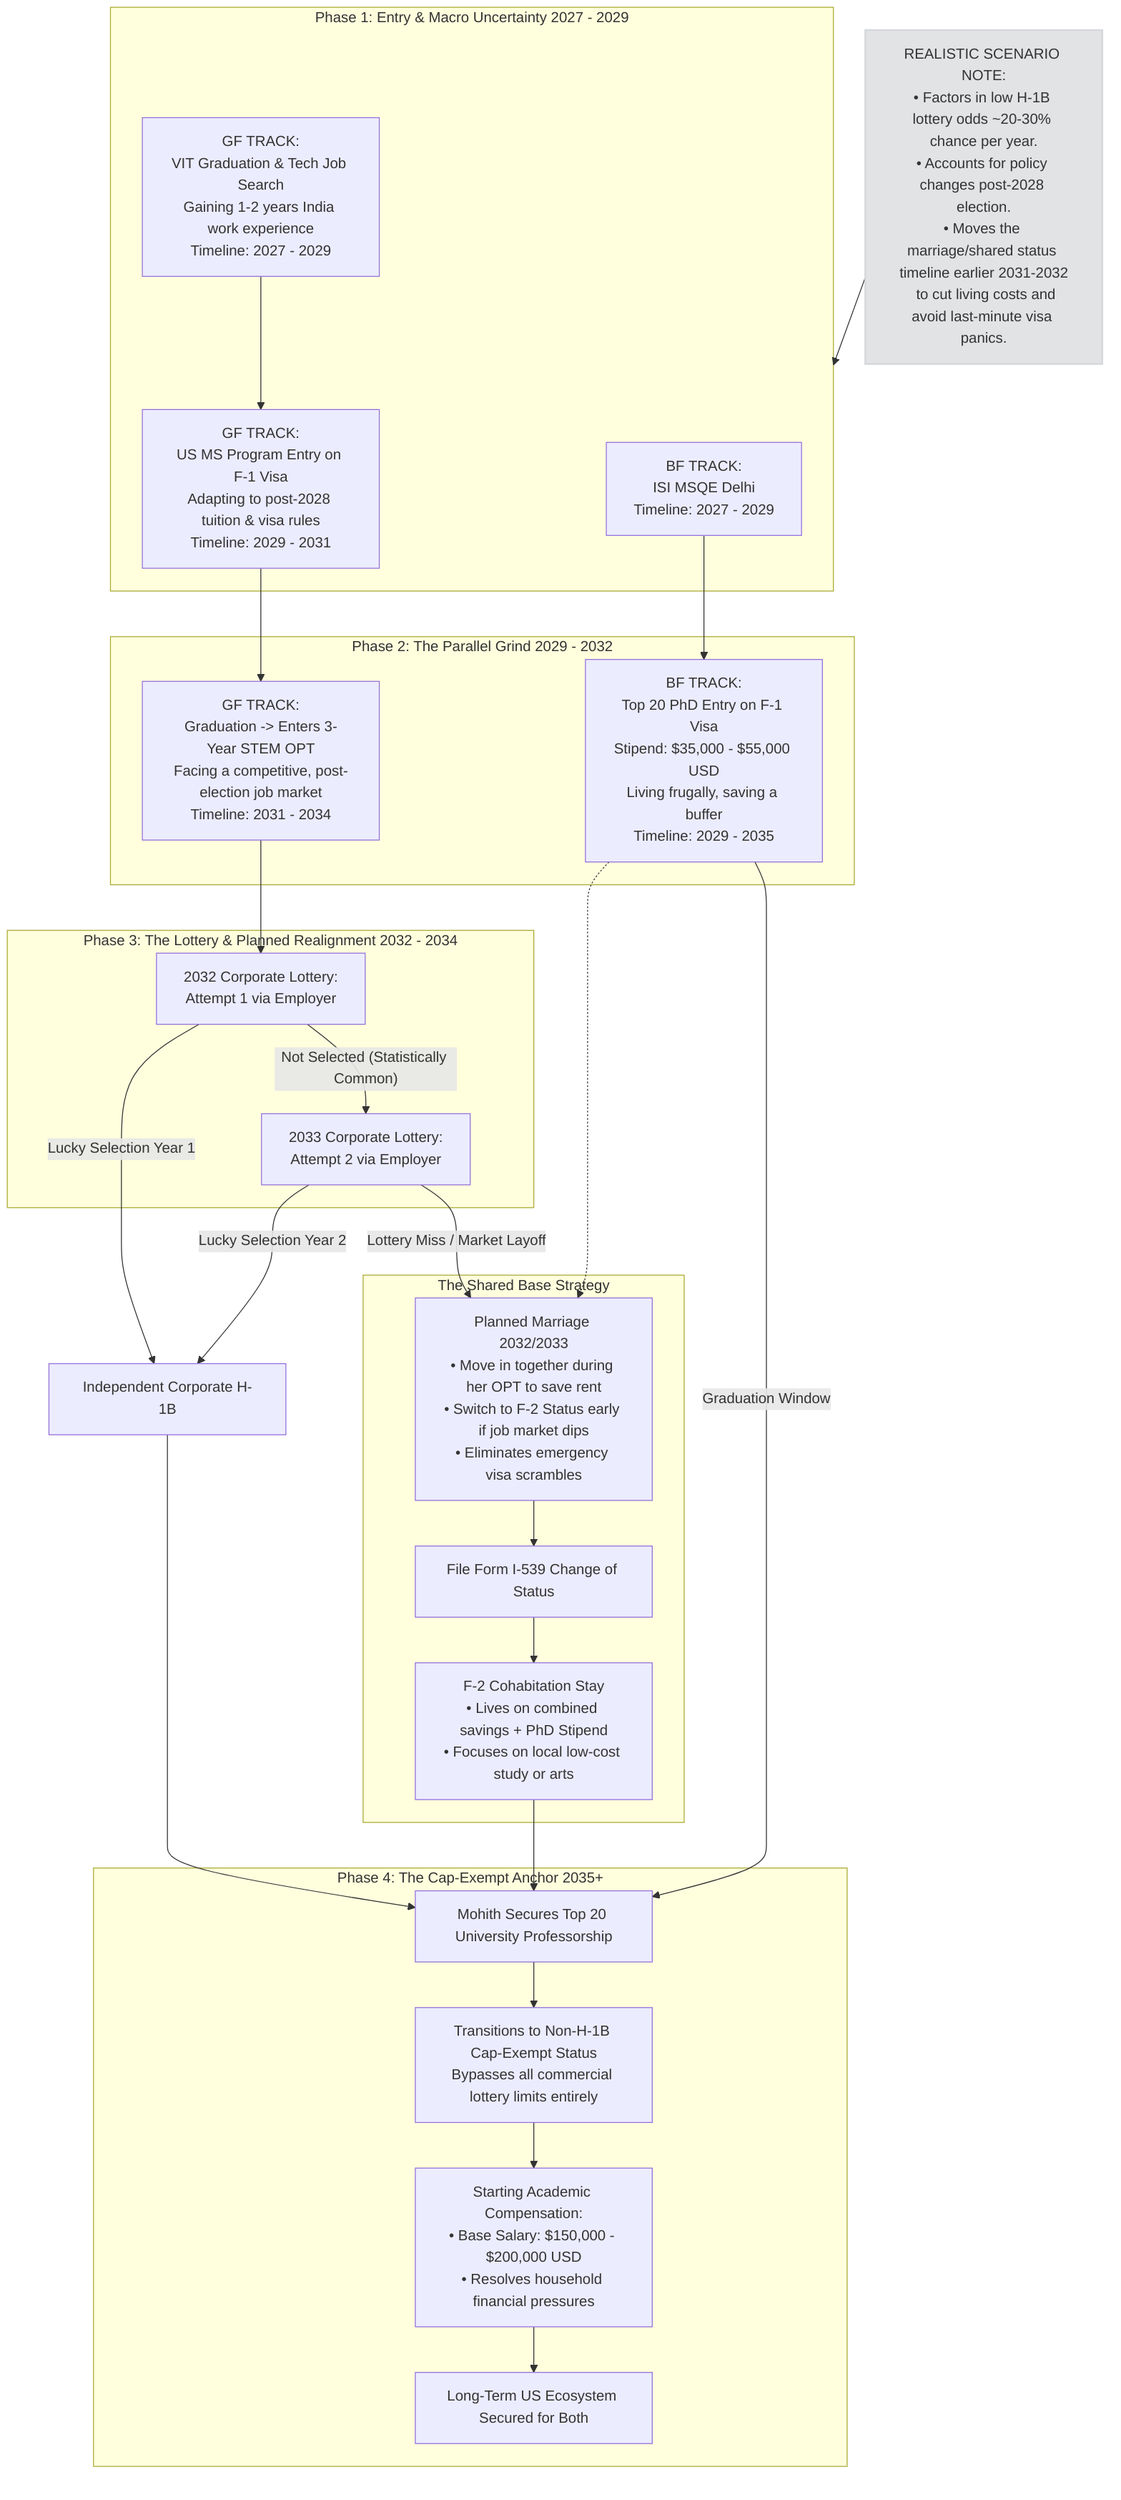
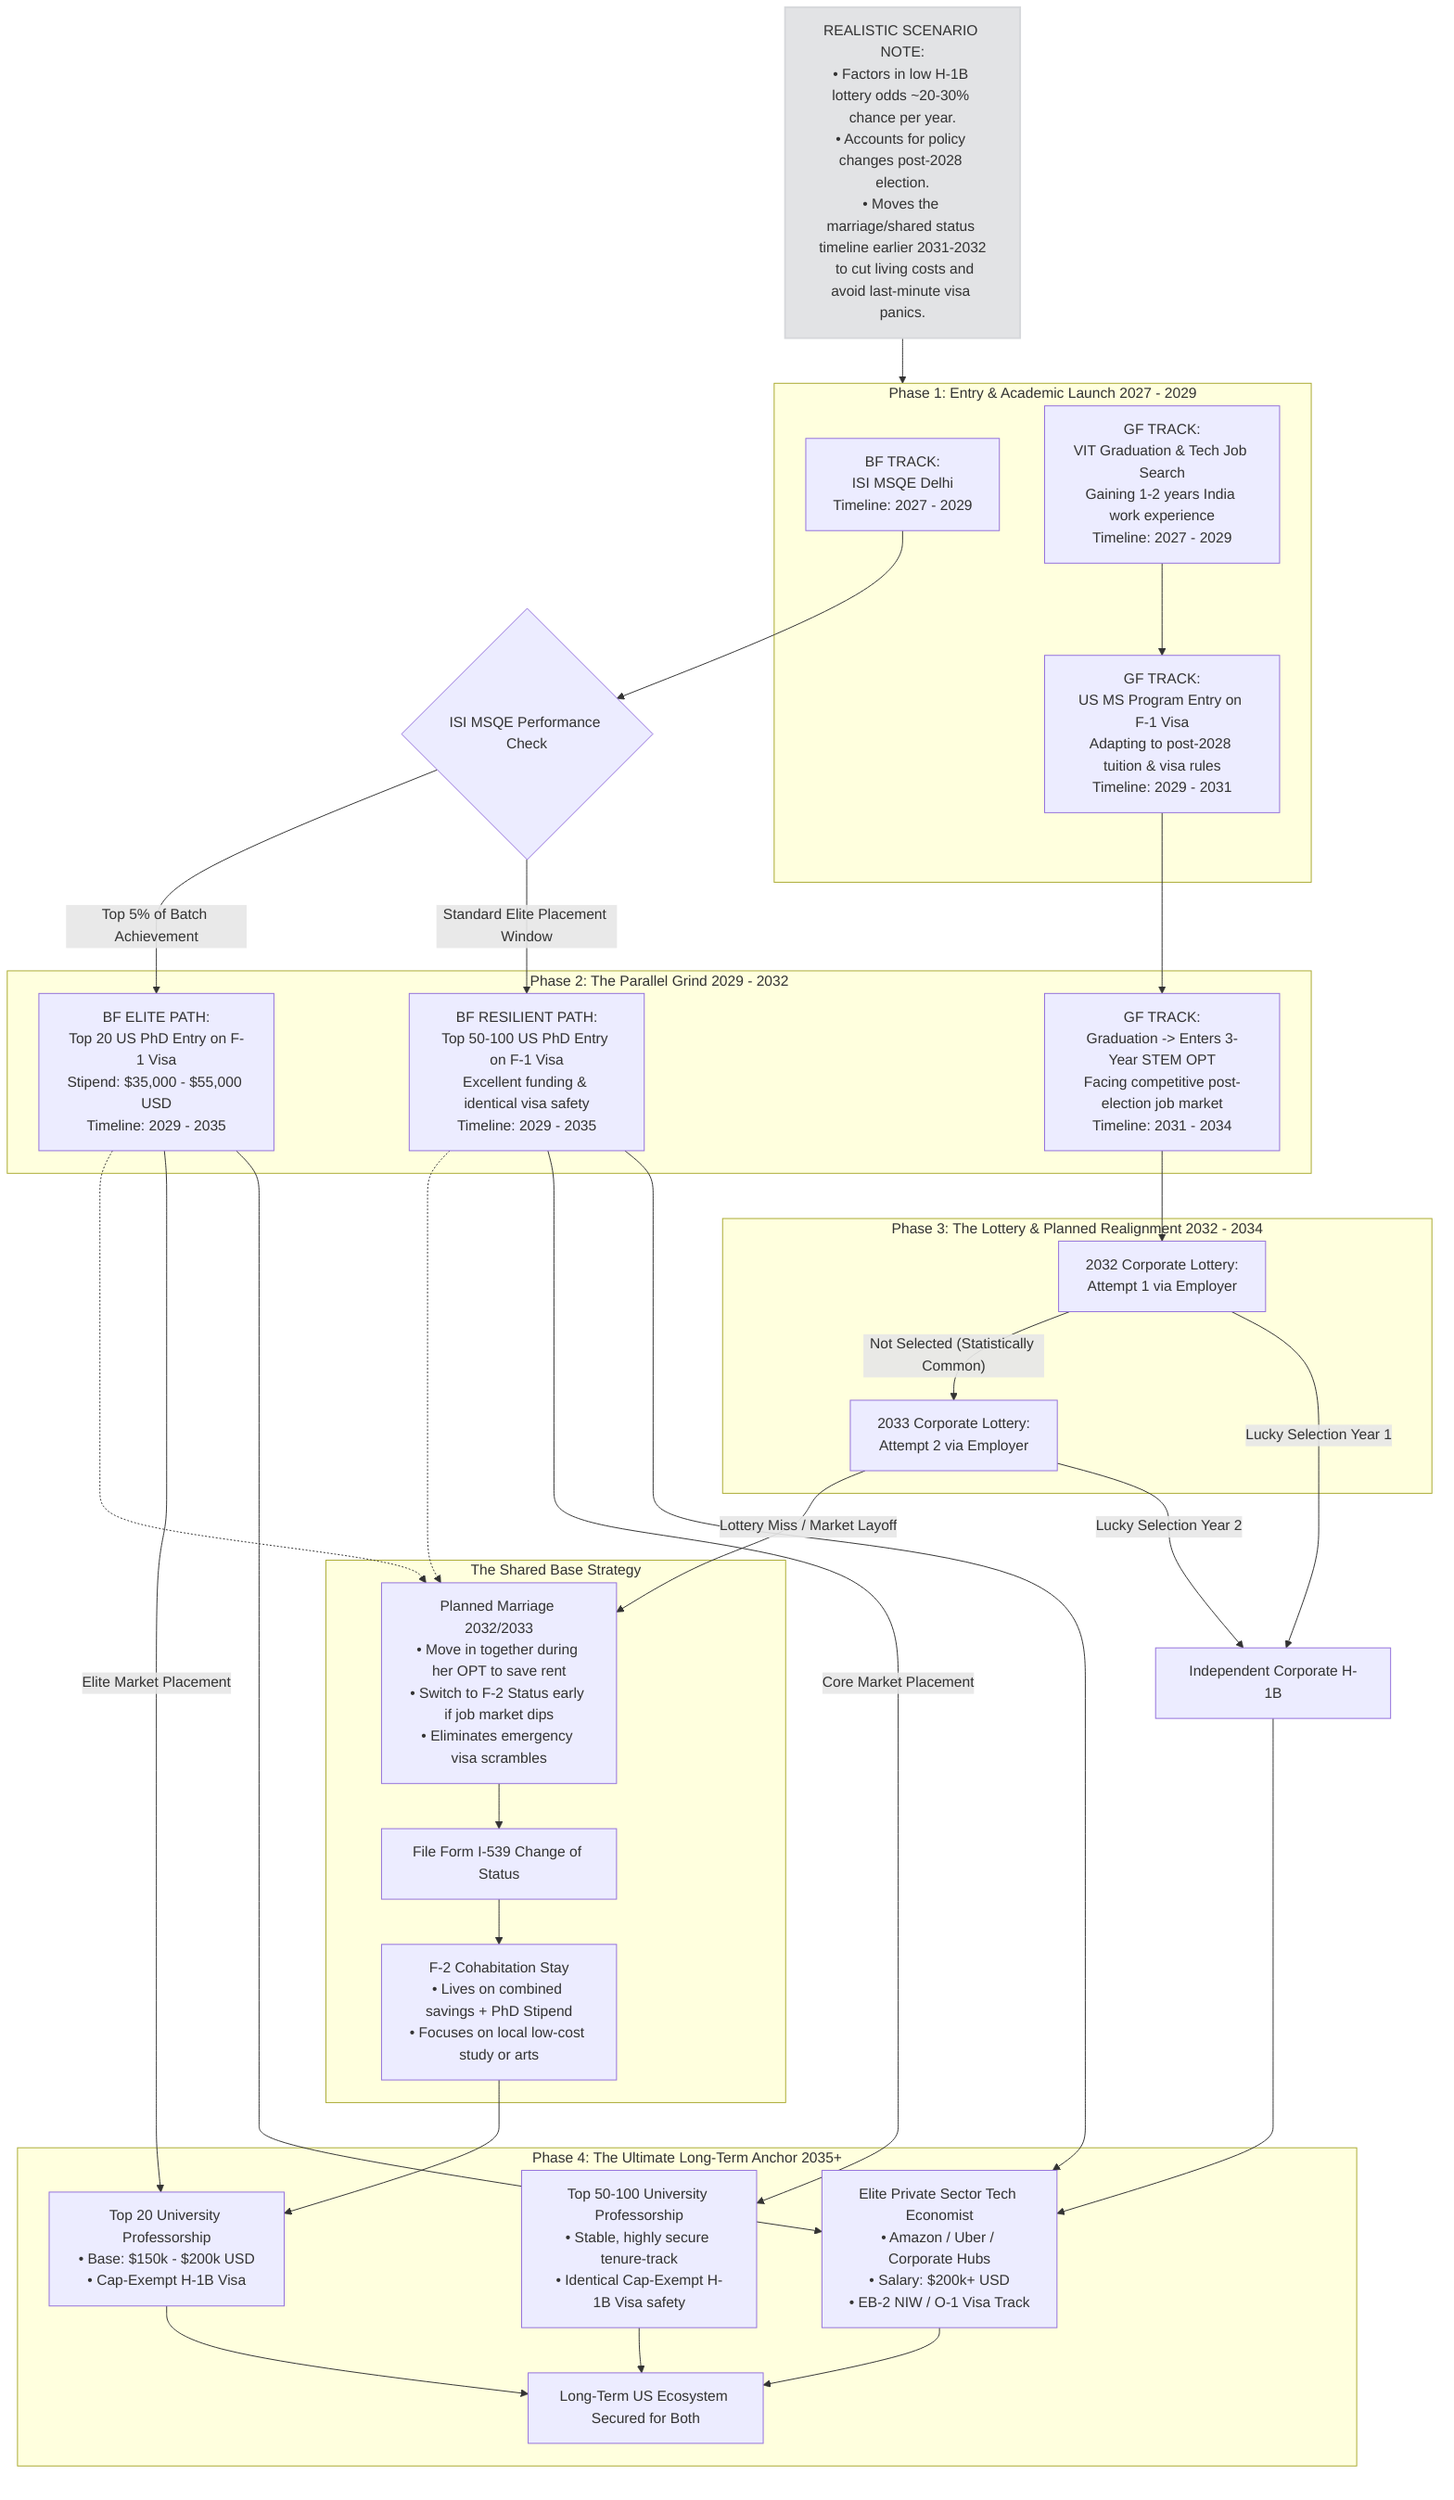
graph TD
    %% ---------------------------------------------
    %% REALISTIC DISCLAIMER BOX
    %% ---------------------------------------------
    Realism_Note[REALISTIC SCENARIO NOTE:<br>• Factors in low H-1B lottery odds ~20-30% chance per year.<br>• Accounts for policy changes post-2028 election.<br>• Moves the marriage/shared status timeline earlier 2031-2032<br>  to cut living costs and avoid last-minute visa panics.]
    style Realism_Note fill:#e2e3e5,stroke:#d6d8db,stroke-width:2px

    %% ---------------------------------------------
-     %% PHASE 1: START & ACADEMIC INPUTS
+     %% PHASE 1: ENTRY & MACRO UNCERTAINTY (2027-2029)
    %% ---------------------------------------------
-     subgraph Phase_1 [Phase 1: Entry & Macro Uncertainty 2027 - 2029]
+     subgraph Phase_1 [Phase 1: Entry & Academic Launch 2027 - 2029]
        Track_A1[BF TRACK:<br>ISI MSQE Delhi<br>Timeline: 2027 - 2029]

        Track_B1[GF TRACK:<br>VIT Graduation & Tech Job Search<br>Gaining 1-2 years India work experience<br>Timeline: 2027 - 2029]

        Track_B2[GF TRACK:<br>US MS Program Entry on F-1 Visa<br>Adapting to post-2028 tuition & visa rules<br>Timeline: 2029 - 2031]

        Track_B1 --> Track_B2
    end

    Realism_Note --> Phase_1

    %% ---------------------------------------------
-     %% PHASE 2: THE GRIND & POLICY SHIFTS
+     %% THE CRITICAL ISI PERFORMANCE FILTER
+     %% ---------------------------------------------
+     Rank_Filter{ISI MSQE Performance Check}
+     Track_A1 --> Rank_Filter
+ 
+     %% ---------------------------------------------
+     %% PHASE 2: THE PARALLEL GRIND (2029-2032)
    %% ---------------------------------------------
    subgraph Phase_2 [Phase 2: The Parallel Grind 2029 - 2032]
-         Track_A2[BF TRACK:<br>Top 20 PhD Entry on F-1 Visa<br>Stipend: $35,000 - $55,000 USD<br>Living frugally, saving a buffer<br>Timeline: 2029 - 2035]
+         Track_A2[BF ELITE PATH:<br>Top 20 US PhD Entry on F-1 Visa<br>Stipend: $35,000 - $55,000 USD<br>Timeline: 2029 - 2035]

-         Track_B3[GF TRACK:<br>Graduation -> Enters 3-Year STEM OPT<br>Facing a competitive, post-election job market<br>Timeline: 2031 - 2034]
+         Track_A2_Alt[BF RESILIENT PATH:<br>Top 50-100 US PhD Entry on F-1 Visa<br>Excellent funding & identical visa safety<br>Timeline: 2029 - 2035]
+ 
+         Track_B3[GF TRACK:<br>Graduation -> Enters 3-Year STEM OPT<br>Facing competitive post-election job market<br>Timeline: 2031 - 2034]
    end

-     Track_A1 --> Track_A2
+     Rank_Filter -- "Top 5% of Batch Achievement" --> Track_A2
+     Rank_Filter -- "Standard Elite Placement Window" --> Track_A2_Alt
    Track_B2 --> Track_B3

    %% ---------------------------------------------
    %% PHASE 3: LOTTERY ROULETTE & PLANNED REALIGNMENT
    %% ---------------------------------------------
    subgraph Phase_3 [Phase 3: The Lottery & Planned Realignment 2032 - 2034]
        L1[2032 Corporate Lottery:<br>Attempt 1 via Employer]
        L2[2033 Corporate Lottery:<br>Attempt 2 via Employer]

        Track_B3 --> L1
        L1 -- "Not Selected (Statistically Common)" --> L2
    end

    %% EARLY CONSOLIDATION NODE
    subgraph Shared_Base [The Shared Base Strategy]
        Marriage_Plan[Planned Marriage 2032/2033<br>• Move in together during her OPT to save rent<br>• Switch to F-2 Status early if job market dips<br>• Eliminates emergency visa scrambles]
        F2_CoHab[F-2 Cohabitation Stay<br>• Lives on combined savings + PhD Stipend<br>• Focuses on local low-cost study or arts]

        Marriage_Plan --> F2_Filing
        F2_Filing[File Form I-539 Change of Status] --> F2_CoHab
    end

    L2 -- "Lottery Miss / Market Layoff" --> Marriage_Plan
    Track_A2 -.-> Marriage_Plan
+     Track_A2_Alt -.-> Marriage_Plan

    %% ---------------------------------------------
-     %% PHASE 4: THE ULTIMATE ANCHOR
+     %% PHASE 4: THE MULTI-TRACK FINISH LINE (2035+)
    %% ---------------------------------------------
-     subgraph Phase_4 [Phase 4: The Cap-Exempt Anchor 2035+]
-         Academia_Job[Mohith Secures Top 20 University Professorship]
-         Cap_Exempt[Transitions to Non-H-1B Cap-Exempt Status<br>Bypasses all commercial lottery limits entirely]
-         Salary_Package[Starting Academic Compensation:<br>• Base Salary: $150,000 - $200,000 USD<br>• Resolves household financial pressures]
+     subgraph Phase_4 [Phase 4: The Ultimate Long-Term Anchor 2035+]
+ 
+         %% Outcome 1: Elite Academia
+         Academia_Top[Top 20 University Professorship<br>• Base: $150k - $200k USD<br>• Cap-Exempt H-1B Visa]
+ 
+         %% Outcome 2: Core Academia Fallback
+         Academia_Mid[Top 50-100 University Professorship<br>• Stable, highly secure tenure-track<br>• Identical Cap-Exempt H-1B Visa safety]
+ 
+         %% Outcome 3: High-Yield Industry
+         Private_Tech[Elite Private Sector Tech Economist<br>• Amazon / Uber / Corporate Hubs<br>• Salary: $200k+ USD<br>• EB-2 NIW / O-1 Visa Track]
+ 
        Secure_Future[Long-Term US Ecosystem Secured for Both]

-         Academia_Job --> Cap_Exempt
-         Cap_Exempt --> Salary_Package
-         Salary_Package --> Secure_Future
+         Academia_Top --> Secure_Future
+         Academia_Mid --> Secure_Future
+         Private_Tech --> Secure_Future
    end

-     %% Luck paths
+     %% Routing from Luck Paths
    L1 -- "Lucky Selection Year 1" --> Corporate_H1B[Independent Corporate H-1B]
    L2 -- "Lucky Selection Year 2" --> Corporate_H1B
-     Corporate_H1B --> Academia_Job
+     Corporate_H1B --> Private_Tech

-     %% Reality paths
-     F2_CoHab --> Academia_Job
-     Track_A2 -- "Graduation Window" --> Academia_Job
+     %% Routing from Reality Paths
+     F2_CoHab --> Academia_Top
+     Track_A2 -- "Elite Market Placement" --> Academia_Top
+     Track_A2_Alt -- "Core Market Placement" --> Academia_Mid
+     Track_A2 --> Private_Tech
+     Track_A2_Alt --> Private_Tech
+ 
